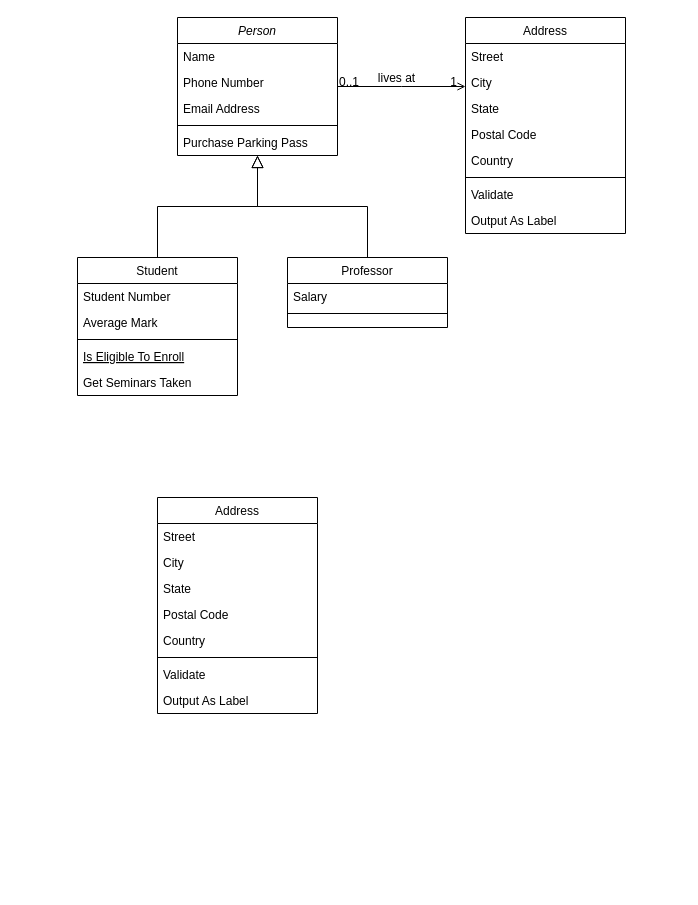
Earlier version of the draw.io diagram page "Interfaces" (2 of 4) of dsa-cli.drawio (NeneWang/000-draw-diagrams). Source tidied: cells renumbered, new cells numbered last; positions are measured from the earlier drawing's top-left corner, leaving out a move shared by most shapes. Both pictures are drawn from the tidied source at 100%, with x=0, y=0 at pixel (77, 17).
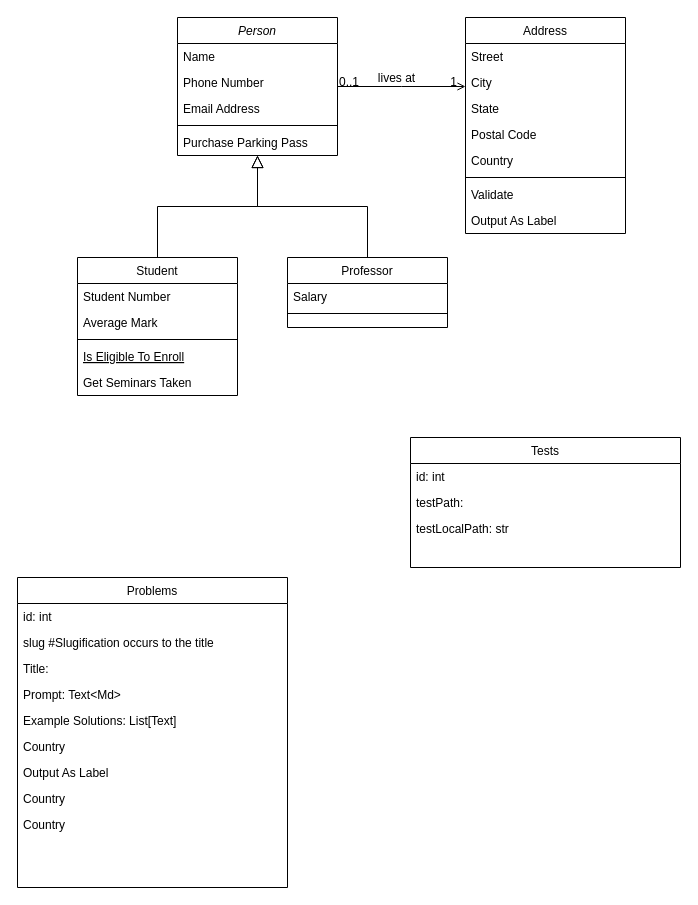
After the change.

What changed in the source:
```diff
@@
-    <mxCell id="32" value="Address" style="swimlane;fontStyle=0;align=center;verticalAlign=top;horizontal=1;startSize=26;rounded=0;shadow=0;strokeWidth=1;" parent="1" vertex="1">
-      <mxGeometry x="80" y="480" width="160" height="216" as="geometry" />
+    <mxCell id="32" value="Problems" style="swimlane;fontStyle=0;align=center;verticalAlign=top;horizontal=1;startSize=26;rounded=0;shadow=0;strokeWidth=1;" parent="1" vertex="1">
+      <mxGeometry x="-60" y="560" width="270" height="310" as="geometry" />
     </mxCell>
+    <mxCell id="36" value="id: int" style="text;align=left;verticalAlign=top;spacingLeft=4;spacingRight=4;overflow=hidden;rounded=0;shadow=0;html=0;" parent="32" vertex="1">
+      <mxGeometry y="26" width="270" height="26" as="geometry" />
+    </mxCell>
+    <mxCell id="41" value="slug #Slugification occurs to the title" style="text;align=left;verticalAlign=top;spacingLeft=4;spacingRight=4;overflow=hidden;rounded=0;shadow=0;html=0;" parent="32" vertex="1">
+      <mxGeometry y="52" width="270" height="26" as="geometry" />
+    </mxCell>
+    <mxCell id="35" value="Title: " style="text;align=left;verticalAlign=top;spacingLeft=4;spacingRight=4;overflow=hidden;rounded=0;shadow=0;html=0;" parent="32" vertex="1">
+      <mxGeometry y="78" width="270" height="26" as="geometry" />
+    </mxCell>
-    <mxCell id="33" value="Street" style="text;align=left;verticalAlign=top;spacingLeft=4;spacingRight=4;overflow=hidden;" parent="32" vertex="1">
-      <mxGeometry y="26" width="160" height="26" as="geometry" />
+    <mxCell id="33" value="Prompt: Text&lt;Md&gt;" style="text;align=left;verticalAlign=top;spacingLeft=4;spacingRight=4;overflow=hidden;" parent="32" vertex="1">
+      <mxGeometry y="104" width="270" height="26" as="geometry" />
     </mxCell>
-    <mxCell id="34" value="City" style="text;align=left;verticalAlign=top;spacingLeft=4;spacingRight=4;overflow=hidden;rounded=0;shadow=0;html=0;" parent="32" vertex="1">
-      <mxGeometry y="52" width="160" height="26" as="geometry" />
+    <mxCell id="34" value="Example Solutions: List[Text]" style="text;align=left;verticalAlign=top;spacingLeft=4;spacingRight=4;overflow=hidden;rounded=0;shadow=0;html=0;" parent="32" vertex="1">
+      <mxGeometry y="130" width="270" height="26" as="geometry" />
     </mxCell>
-    <mxCell id="35" value="State" style="text;align=left;verticalAlign=top;spacingLeft=4;spacingRight=4;overflow=hidden;rounded=0;shadow=0;html=0;" parent="32" vertex="1">
-      <mxGeometry y="78" width="160" height="26" as="geometry" />
-    </mxCell>
-    <mxCell id="36" value="Postal Code" style="text;align=left;verticalAlign=top;spacingLeft=4;spacingRight=4;overflow=hidden;rounded=0;shadow=0;html=0;" parent="32" vertex="1">
-      <mxGeometry y="104" width="160" height="26" as="geometry" />
-    </mxCell>
     <mxCell id="37" value="Country" style="text;align=left;verticalAlign=top;spacingLeft=4;spacingRight=4;overflow=hidden;rounded=0;shadow=0;html=0;" parent="32" vertex="1">
-      <mxGeometry y="130" width="160" height="26" as="geometry" />
+      <mxGeometry y="156" width="270" height="26" as="geometry" />
     </mxCell>
-    <mxCell id="38" style="line;html=1;strokeWidth=1;align=left;verticalAlign=middle;spacingTop=-1;spacingLeft=3;spacingRight=3;labelPosition=right;" parent="32" vertex="1">
-      <mxGeometry y="156" width="160" height="8" as="geometry" />
-    </mxCell>
-    <mxCell id="39" value="Validate" style="text;align=left;verticalAlign=top;spacingLeft=4;spacingRight=4;overflow=hidden;" parent="32" vertex="1">
-      <mxGeometry y="164" width="160" height="26" as="geometry" />
-    </mxCell>
     <mxCell id="40" value="Output As Label" style="text;align=left;verticalAlign=top;spacingLeft=4;spacingRight=4;overflow=hidden;" parent="32" vertex="1">
-      <mxGeometry y="190" width="160" height="26" as="geometry" />
+      <mxGeometry y="182" width="270" height="26" as="geometry" />
     </mxCell>
+    <mxCell id="42" value="Country" style="text;align=left;verticalAlign=top;spacingLeft=4;spacingRight=4;overflow=hidden;rounded=0;shadow=0;html=0;" parent="32" vertex="1">
+      <mxGeometry y="208" width="270" height="26" as="geometry" />
+    </mxCell>
+    <mxCell id="43" value="Country" style="text;align=left;verticalAlign=top;spacingLeft=4;spacingRight=4;overflow=hidden;rounded=0;shadow=0;html=0;" parent="32" vertex="1">
+      <mxGeometry y="234" width="270" height="26" as="geometry" />
+    </mxCell>
+    <mxCell id="44" value="Tests" style="swimlane;fontStyle=0;align=center;verticalAlign=top;horizontal=1;startSize=26;rounded=0;shadow=0;strokeWidth=1;" parent="1" vertex="1">
+      <mxGeometry x="333" y="420" width="270" height="130" as="geometry" />
+    </mxCell>
+    <mxCell id="45" value="id: int" style="text;align=left;verticalAlign=top;spacingLeft=4;spacingRight=4;overflow=hidden;rounded=0;shadow=0;html=0;" parent="44" vertex="1">
+      <mxGeometry y="26" width="270" height="26" as="geometry" />
+    </mxCell>
+    <mxCell id="46" value="testPath: " style="text;align=left;verticalAlign=top;spacingLeft=4;spacingRight=4;overflow=hidden;" parent="44" vertex="1">
+      <mxGeometry y="52" width="270" height="26" as="geometry" />
+    </mxCell>
+    <mxCell id="47" value="testLocalPath: str" style="text;align=left;verticalAlign=top;spacingLeft=4;spacingRight=4;overflow=hidden;rounded=0;shadow=0;html=0;" parent="44" vertex="1">
+      <mxGeometry y="78" width="270" height="26" as="geometry" />
+    </mxCell>
```
